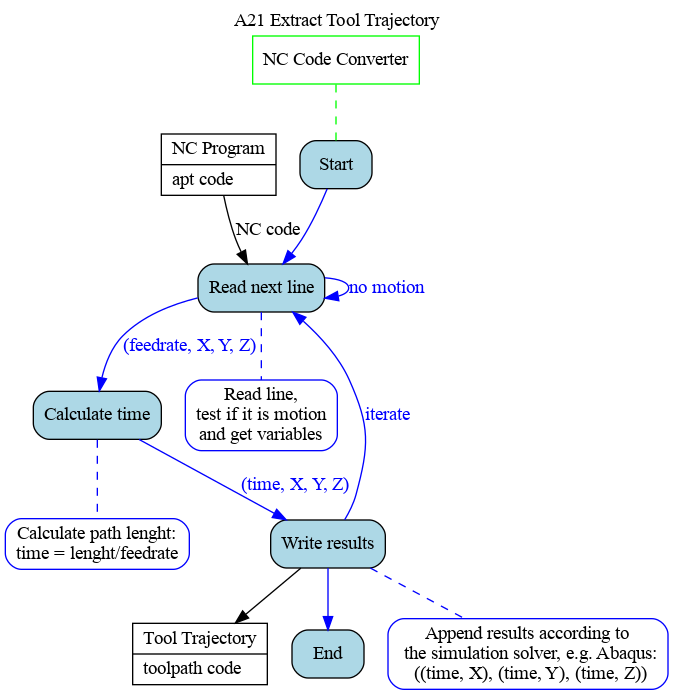
Above: Ontology_Layer/Behaviour_Model/03_A21.gv.png in ModelsforManufacturing/hole-flanging-by-SPIF-in-a-single-stage (Graphviz), before the change. Its source is kept beside it as Ontology_Layer/Behaviour_Model/03_A21.gv.
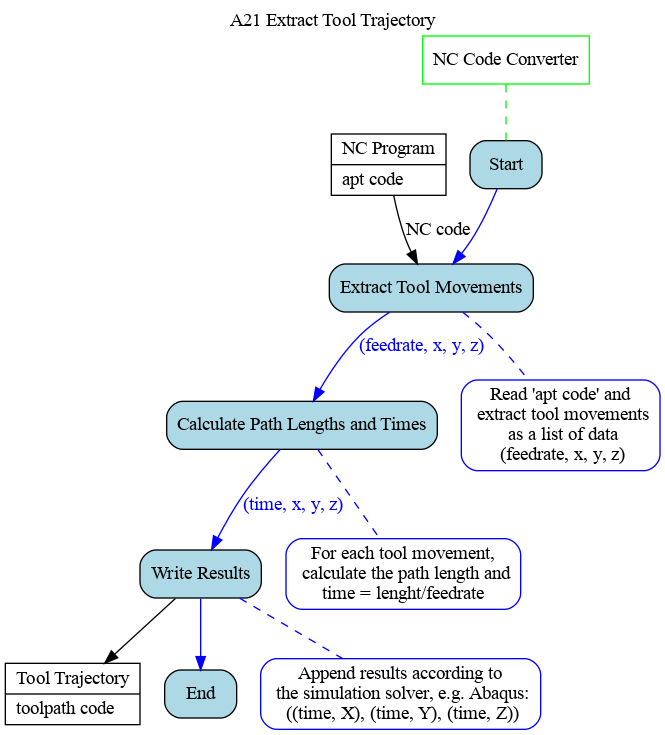
After the change.

What changed in the source:
```diff
@@ -13,14 +13,14 @@
 
 node [shape=box, style="filled, rounded", fillcolor=lightblue, color=black]
 Start
-t1 [label="Read next line"]
-t2 [label="Calculate time"]
-t3 [label="Write results"]
+t1 [label="Extract Tool Movements"]
+t2 [label="Calculate Path Lengths and Times"]
+t3 [label="Write Results"]
 End
 
 node [shape=box, style="filled, rounded", fillcolor=white, color=blue]
-r1 [label="Read line,\ntest if it is motion\nand get variables"]
-r2 [label="Calculate path lenght:\ntime = lenght/feedrate"]
+r1 [label="Read 'apt code' and\n extract tool movements\n as a list of data\n (feedrate, x, y, z)"]
+r2 [label="For each tool movement,\n calculate the path length and\ntime = lenght/feedrate"]
 r3 [label="Append results according to\n the simulation solver, e.g. Abaqus:\n ((time, X), (time, Y), (time, Z))"]
 
 edge [dir=none, color=blue, style=dashed]
@@ -30,10 +30,8 @@
 
 edge [dir=forward, color=blue, fontcolor=blue, style=solid]
 Start -> t1
-t1 -> t1 [label="no motion"]
-t1 -> t2 [label="(feedrate, X, Y, Z)"]
-t2 -> t3 [label="(time, X, Y, Z)"]
-t3 -> t1 [label="iterate"]
+t1 -> t2 [label="(feedrate, x, y, z)"]
+t2 -> t3 [label="(time, x, y, z)"]
 t3 -> End
 
 edge [dir=none, color=green, style=dashed]
```
